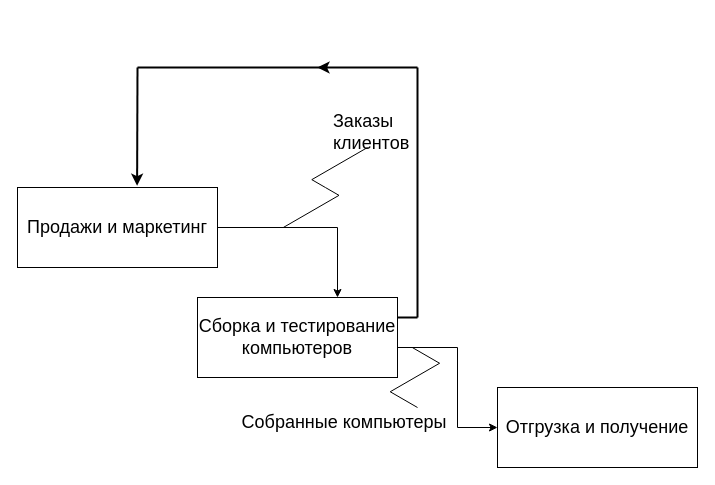
The draw.io diagram lab5 example.drawio in dibovdmitry/Project, before the edit. Source tidied: cells renumbered, new cells numbered last; positions are measured from the earlier drawing's top-left corner, leaving out a move shared by most shapes. Both pictures are drawn from the tidied source at 100%, with x=0, y=0 at pixel (17, 67).
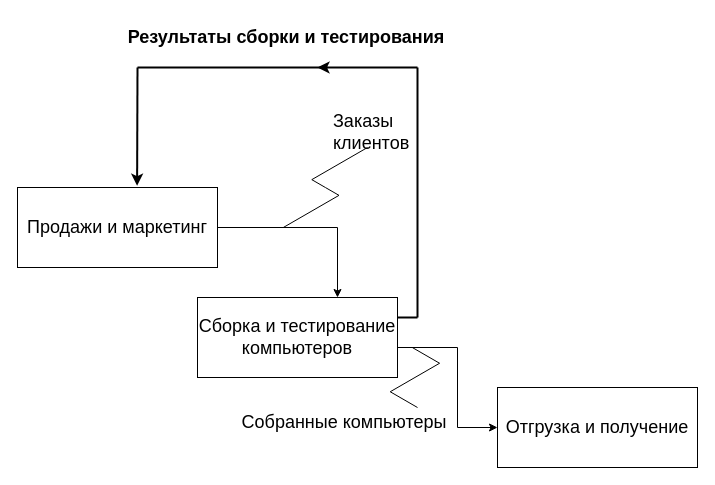
The same page after the edit.

Diff of the diagram source:
```diff
@@
+    <mxCell id="19" value="&lt;b&gt;Результаты сборки и тестирования&lt;/b&gt;" style="text;html=1;strokeColor=none;fillColor=none;align=center;verticalAlign=middle;whiteSpace=wrap;rounded=0;fontSize=18;strokeWidth=2;spacing=4;" parent="1" vertex="1">
+      <mxGeometry x="94" y="-50" width="350" height="40" as="geometry" />
+    </mxCell>
```
